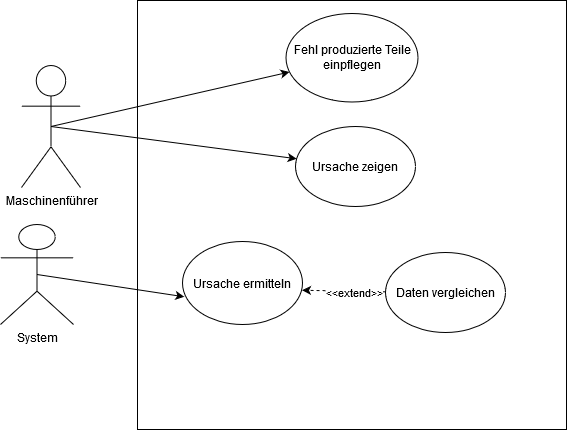
The draw.io diagram lastenheft/img/UCTeam5.png in pschm/am-lastenheft-ss20, before a commit. Source tidied: cells renumbered, new cells last; positions are measured from the earlier drawing's top-left corner, leaving out a move shared by most shapes.
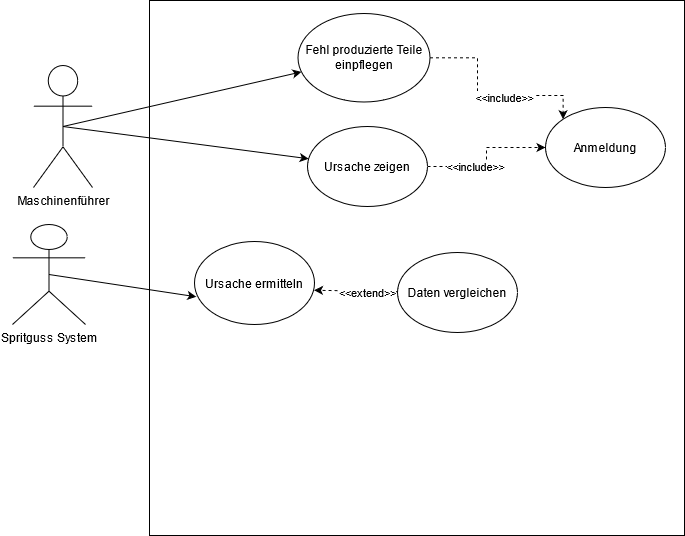
The same file after the commit.

Change to the diagram source:
```diff
@@ -6,11 +6,22 @@
       <mxGeometry x="21" y="65" width="59" height="122" as="geometry" />
     </mxCell>
     <mxCell id="3" style="whiteSpace=wrap;html=1;" parent="1" vertex="1">
-      <mxGeometry x="137" width="429" height="429" as="geometry" />
+      <mxGeometry x="137" width="535" height="535" as="geometry" />
     </mxCell>
-    <mxCell id="4" value="System" style="shape=umlActor;verticalLabelPosition=bottom;verticalAlign=top;html=1;outlineConnect=0;" parent="1" vertex="1">
+    <mxCell id="4" value="Spritguss System" style="shape=umlActor;verticalLabelPosition=bottom;verticalAlign=top;html=1;outlineConnect=0;" parent="1" vertex="1">
       <mxGeometry y="224" width="73" height="100" as="geometry" />
     </mxCell>
+    <mxCell id="14" style="edgeStyle=orthogonalEdgeStyle;rounded=0;jettySize=auto;html=1;entryX=0;entryY=0;entryDx=0;entryDy=0;dashed=1;" parent="1" edge="1" source="5" target="18">
+      <mxGeometry relative="1" as="geometry">
+        <Array as="points">
+          <mxPoint x="465" y="57" />
+          <mxPoint x="465" y="95" />
+        </Array>
+      </mxGeometry>
+    </mxCell>
+    <mxCell id="15" value="&lt;div&gt;&amp;lt;&amp;lt;include&amp;gt;&amp;gt;&lt;/div&gt;" style="edgeLabel;html=1;align=center;verticalAlign=middle;" parent="14" vertex="1">
+      <mxGeometry x="0.15" y="-1" relative="1" as="geometry" />
+    </mxCell>
     <mxCell id="5" value="Fehl produzierte Teile einpflegen" style="ellipse;whiteSpace=wrap;html=1;" parent="1" vertex="1">
       <mxGeometry x="285.5" y="13" width="132" height="88.5" as="geometry" />
     </mxCell>
@@ -32,11 +43,20 @@
     <mxCell id="11" value="&amp;lt;&amp;lt;extend&amp;gt;&amp;gt;" style="edgeLabel;html=1;align=center;verticalAlign=middle;" parent="10" vertex="1">
       <mxGeometry x="-0.26" y="1" relative="1" as="geometry" />
     </mxCell>
+    <mxCell id="16" style="edgeStyle=orthogonalEdgeStyle;rounded=0;jettySize=auto;html=1;dashed=1;" parent="1" edge="1" source="12" target="18">
+      <mxGeometry relative="1" as="geometry" />
+    </mxCell>
+    <mxCell id="17" value="&amp;lt;&amp;lt;include&amp;gt;&amp;gt;" style="edgeLabel;html=1;align=center;verticalAlign=middle;" parent="16" vertex="1">
+      <mxGeometry x="-0.31" y="1" relative="1" as="geometry" />
+    </mxCell>
     <mxCell id="12" value="Ursache zeigen" style="ellipse;whiteSpace=wrap;html=1;" parent="1" vertex="1">
       <mxGeometry x="295" y="126" width="120" height="80" as="geometry" />
     </mxCell>
     <mxCell id="13" style="endArrow=classic;html=1;strokeColor=#000000;exitX=0.5;exitY=0.5;exitDx=0;exitDy=0;exitPerimeter=0;" parent="1" edge="1" source="2" target="12">
       <mxGeometry relative="1" as="geometry" />
     </mxCell>
+    <mxCell id="18" value="Anmeldung" style="ellipse;whiteSpace=wrap;html=1;" parent="1" vertex="1">
+      <mxGeometry x="533" y="107" width="120" height="80" as="geometry" />
+    </mxCell>
   </root>
 </mxGraphModel>
```
